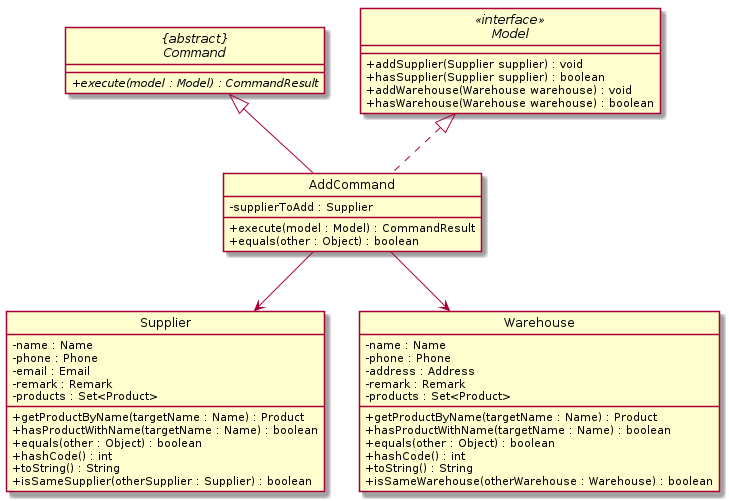
tohyuting/tp keeps this PlantUML diagram as docs/images/AddCommandClassDiagram.png. Above is the earlier version. The source it was exported from:
```plantuml
@startuml
skinparam backgroundColor #ffffff
skinparam classAttributeIconSize 0
hide circle

abstract class "{abstract}\nCommand" {
    + {abstract} execute(model : Model) : CommandResult
}

interface Model <<interface>> {
    + addSupplier(Supplier supplier) : void
    + hasSupplier(Supplier supplier) : boolean
    + addWarehouse(Warehouse warehouse) : void
    + hasWarehouse(Warehouse warehouse) : boolean
}

class Supplier {
    - name : Name
    - phone : Phone
    - email : Email
    - remark : Remark
    - products : Set<Product>

    + getProductByName(targetName : Name) : Product
    + hasProductWithName(targetName : Name) : boolean
    + equals(other : Object) : boolean
    + hashCode() : int
    + toString() : String
    + isSameSupplier(otherSupplier : Supplier) : boolean
}

class Warehouse {
    - name : Name
    - phone : Phone
    - address : Address
    - remark : Remark
    - products : Set<Product>

    + getProductByName(targetName : Name) : Product
    + hasProductWithName(targetName : Name) : boolean
    + equals(other : Object) : boolean
    + hashCode() : int
    + toString() : String
    + isSameWarehouse(otherWarehouse : Warehouse) : boolean
}

class AddCommand implements Model {
    - supplierToAdd : Supplier

    + execute(model : Model) : CommandResult
    + equals(other : Object) : boolean
}

AddCommand --up|> "{abstract}\nCommand"
AddCommand --> Supplier
AddCommand --> Warehouse
@enduml
```
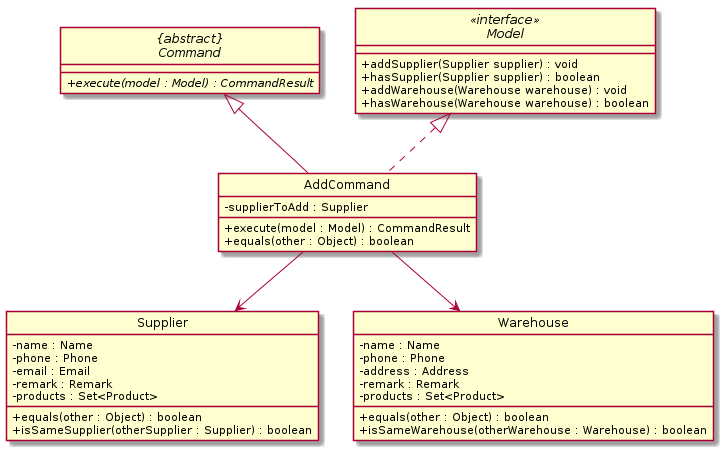
The same file after the commit.

Commit message:
Generate PNG images for PlantUML diagrams

What changed in the source:
```diff
@@ -21,11 +21,7 @@
     - remark : Remark
     - products : Set<Product>
 
-    + getProductByName(targetName : Name) : Product
-    + hasProductWithName(targetName : Name) : boolean
     + equals(other : Object) : boolean
-    + hashCode() : int
-    + toString() : String
     + isSameSupplier(otherSupplier : Supplier) : boolean
 }
 
@@ -36,11 +32,7 @@
     - remark : Remark
     - products : Set<Product>
 
-    + getProductByName(targetName : Name) : Product
-    + hasProductWithName(targetName : Name) : boolean
     + equals(other : Object) : boolean
-    + hashCode() : int
-    + toString() : String
     + isSameWarehouse(otherWarehouse : Warehouse) : boolean
 }
 
```
